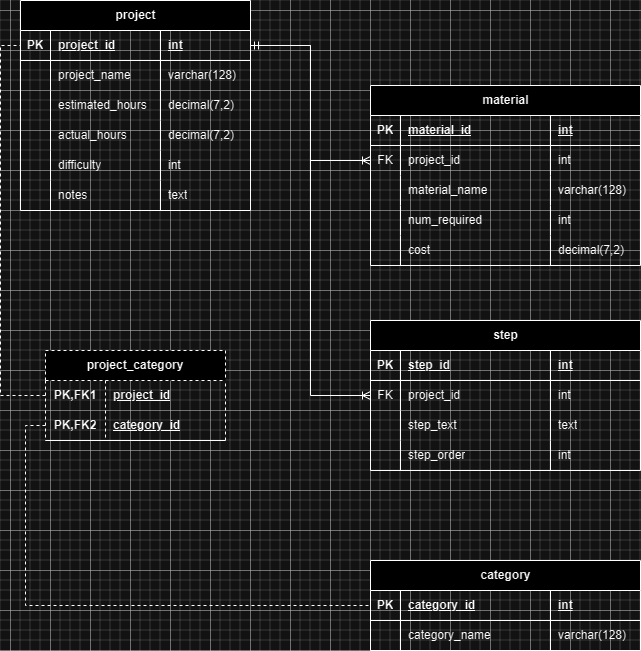
The draw.io diagram Diy_Projects/src/main/resources/diy_projects_erd.drawio.png in DinkyInkyDog/DIY_Project_Andrews, before a commit. Source tidied: cells renumbered, new cells last; positions are measured from the earlier drawing's top-left corner, leaving out a move shared by most shapes.
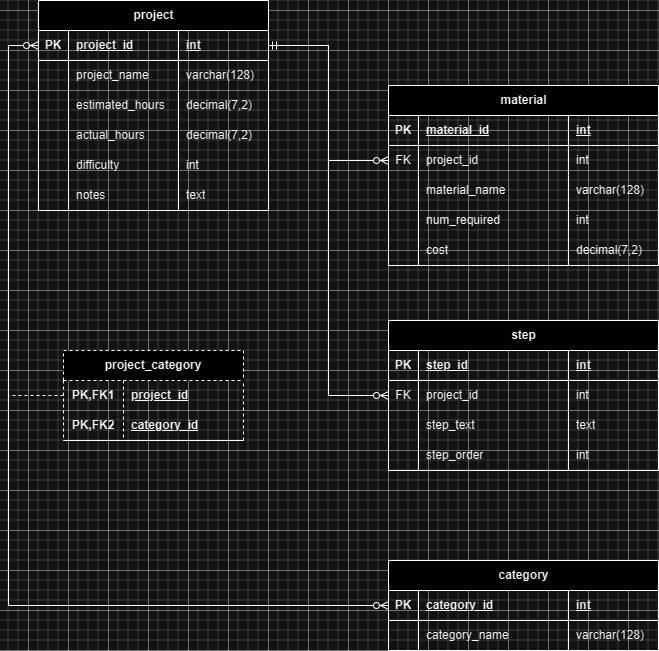
The same file after the commit.

Diff of the diagram source:
```diff
@@ -218,9 +218,6 @@
     <mxCell id="73" value="varchar(128)" style="shape=partialRectangle;fillColor=none;top=0;left=0;bottom=0;right=0;align=left;spacingLeft=6;overflow=hidden;whiteSpace=wrap;html=1;" parent="70" vertex="1">
       <mxGeometry x="180" width="90" height="30" as="geometry" />
     </mxCell>
-    <mxCell id="74" style="edgeStyle=orthogonalEdgeStyle;rounded=0;jettySize=auto;html=1;entryX=0;entryY=0.5;entryDx=0;entryDy=0;exitX=0;exitY=0.5;exitDx=0;exitDy=0;dashed=1;endArrow=none;endFill=0;" parent="1" edge="1" source="79" target="66">
-      <mxGeometry relative="1" as="geometry" />
-    </mxCell>
     <mxCell id="75" value="project_category" style="shape=table;startSize=30;rowLines=0;fontStyle=1;align=center;html=1;whiteSpace=wrap;dashed=1;" parent="1" vertex="1">
       <mxGeometry x="25" y="350" width="180" height="90" as="geometry" />
     </mxCell>
@@ -242,14 +239,24 @@
     <mxCell id="81" value="category_id" style="shape=partialRectangle;fillColor=none;top=0;left=0;bottom=0;right=0;align=left;spacingLeft=6;fontStyle=5;overflow=hidden;html=1;whiteSpace=wrap;" parent="79" vertex="1">
       <mxGeometry x="60" width="120" height="30" as="geometry" />
     </mxCell>
-    <mxCell id="82" style="edgeStyle=orthogonalEdgeStyle;rounded=0;jettySize=auto;html=1;entryX=0;entryY=0.5;entryDx=0;entryDy=0;dashed=1;endArrow=none;endFill=0;" parent="1" edge="1" source="76" target="3">
-      <mxGeometry relative="1" as="geometry" />
-    </mxCell>
-    <mxCell id="83" style="edgeStyle=orthogonalEdgeStyle;rounded=0;jettySize=auto;html=1;entryX=0;entryY=0.5;entryDx=0;entryDy=0;startArrow=ERmandOne;startFill=0;endArrow=ERoneToMany;endFill=0;" parent="1" edge="1" source="3" target="32">
+    <mxCell id="83" style="edgeStyle=orthogonalEdgeStyle;rounded=0;jettySize=auto;html=1;entryX=0;entryY=0.5;entryDx=0;entryDy=0;startArrow=ERmandOne;startFill=0;endArrow=ERzeroToMany;endFill=0;" parent="1" edge="1" source="3" target="32">
       <mxGeometry relative="1" as="geometry" />
     </mxCell>
-    <mxCell id="84" style="edgeStyle=orthogonalEdgeStyle;rounded=0;jettySize=auto;html=1;entryX=0;entryY=0.5;entryDx=0;entryDy=0;endArrow=ERoneToMany;endFill=0;" parent="1" edge="1" source="3" target="53">
+    <mxCell id="84" style="edgeStyle=orthogonalEdgeStyle;rounded=0;jettySize=auto;html=1;entryX=0;entryY=0.5;entryDx=0;entryDy=0;endArrow=ERzeroToMany;endFill=0;" parent="1" edge="1" source="3" target="53">
       <mxGeometry relative="1" as="geometry" />
     </mxCell>
+    <mxCell id="85" style="edgeStyle=orthogonalEdgeStyle;rounded=0;jettySize=auto;html=1;startArrow=ERzeroToMany;startFill=0;endArrow=ERzeroToMany;endFill=0;" parent="1" edge="1" source="3" target="66">
+      <mxGeometry relative="1" as="geometry">
+        <Array as="points">
+          <mxPoint x="-30" y="45" />
+          <mxPoint x="-30" y="605" />
+        </Array>
+      </mxGeometry>
+    </mxCell>
+    <mxCell id="86" style="edgeStyle=orthogonalEdgeStyle;rounded=0;jettySize=auto;html=1;dashed=1;endArrow=none;endFill=0;" parent="1" edge="1" source="76">
+      <mxGeometry relative="1" as="geometry">
+        <mxPoint x="-30" y="395" as="targetPoint" />
+      </mxGeometry>
+    </mxCell>
   </root>
 </mxGraphModel>
```
